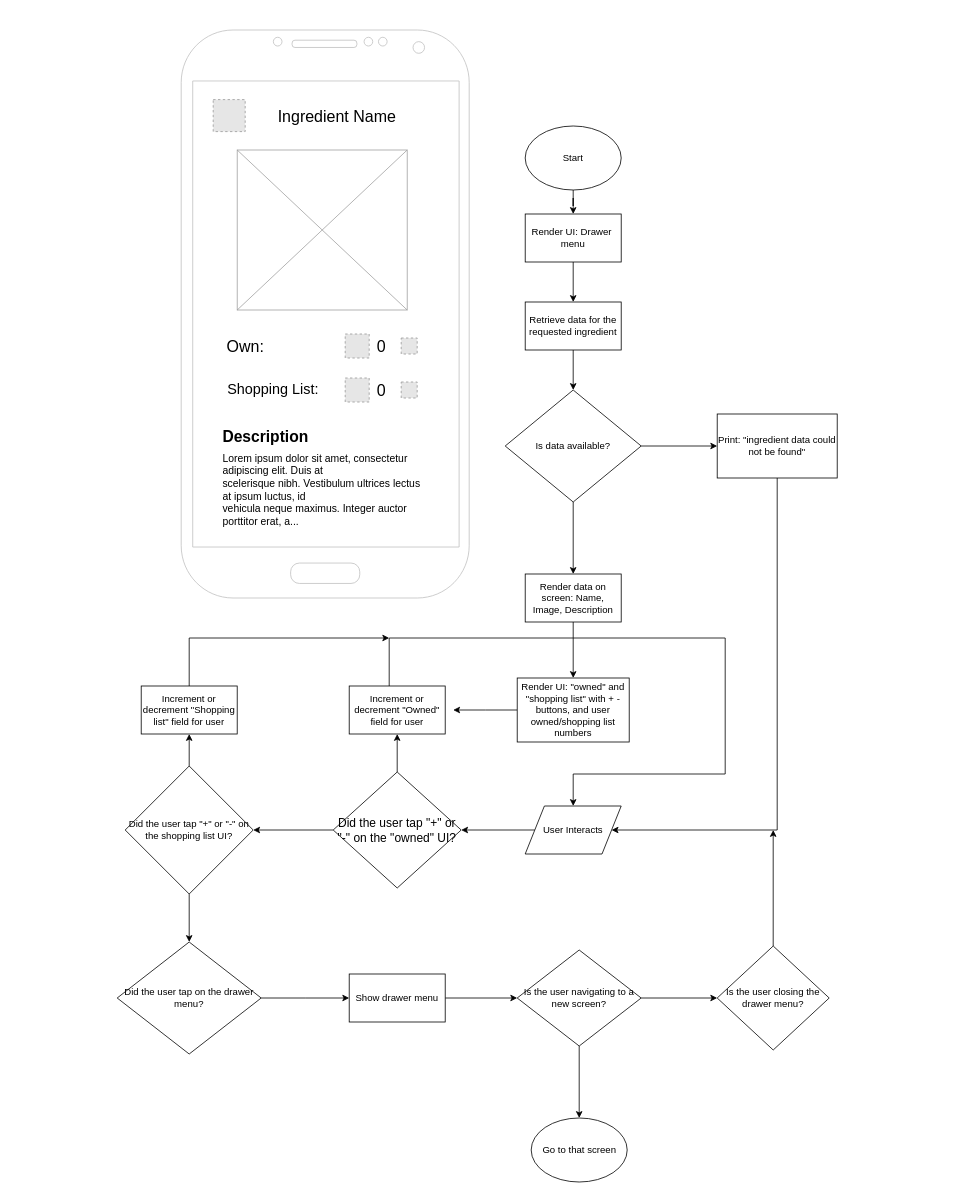
Before: Flowcharts and Diagrams/Single Ingredient Screen.drawio in dpalencia/EasyEats, a draw.io diagram. Source tidied: cells renumbered, new cells numbered last; positions are measured from the earlier drawing's top-left corner, leaving out a move shared by most shapes. Both pictures are drawn from the tidied source at 80%, with x=0, y=0 at pixel (117, 30). Pictures stored in the file or linked from it are replaced by grey dashed boxes.
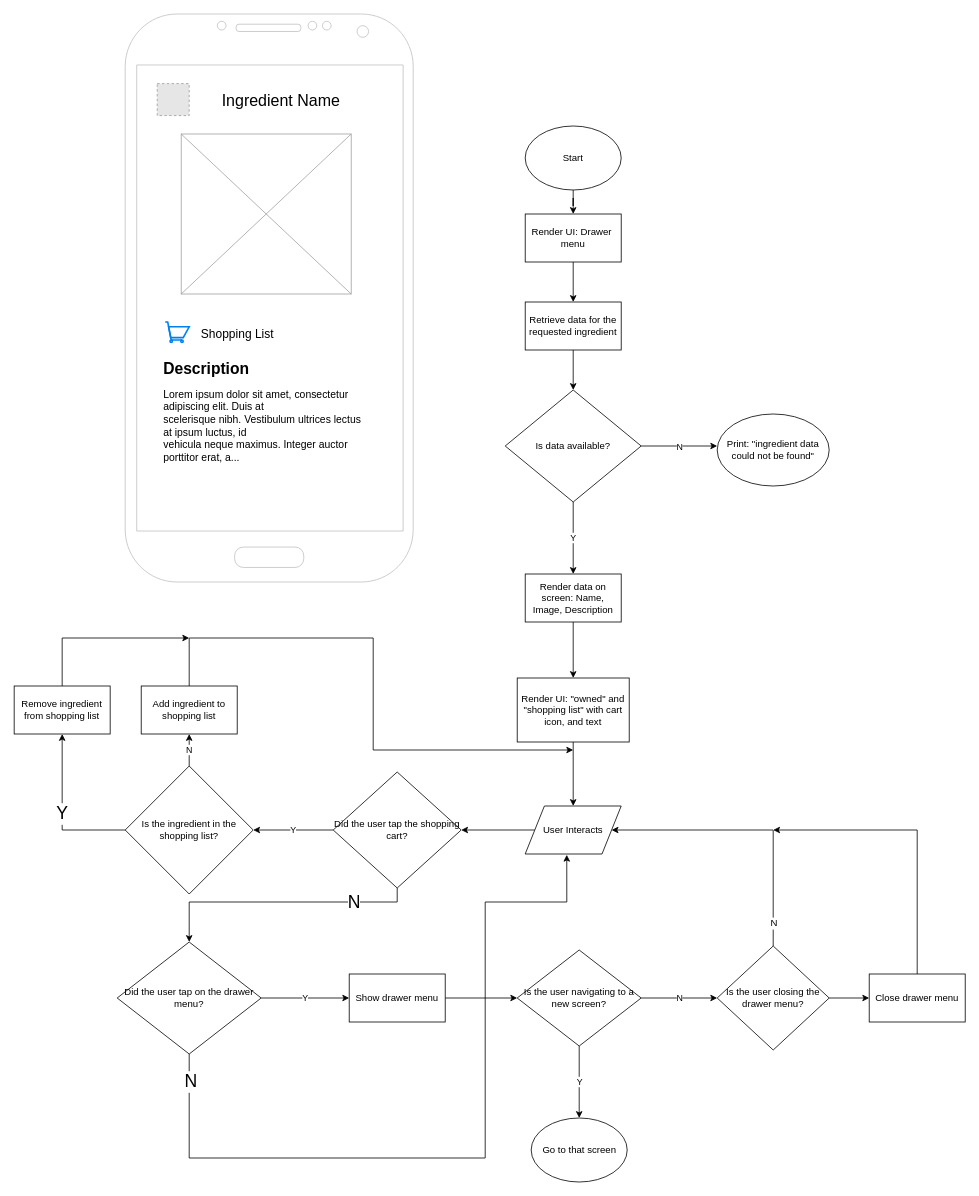
Above is the later version.

Unchanged cells that the change refers to:
```xml
<mxCell id="8" value="Is data available?" style="rhombus;whiteSpace=wrap;html=1;" parent="1" vertex="1">
  <mxGeometry x="485" y="450" width="170" height="140" as="geometry" />
</mxCell>
<mxCell id="12" value="Render data on screen: Name, Image, Description" style="rounded=0;whiteSpace=wrap;html=1;" parent="1" vertex="1">
  <mxGeometry x="510" y="680" width="120" height="60" as="geometry" />
</mxCell>
<mxCell id="14" value="User Interacts" style="shape=parallelogram;perimeter=parallelogramPerimeter;whiteSpace=wrap;html=1;" parent="1" vertex="1">
  <mxGeometry x="510" y="970" width="120" height="60" as="geometry" />
</mxCell>
<mxCell id="26" value="Did the user tap on the drawer menu?" style="rhombus;whiteSpace=wrap;html=1;" parent="1" vertex="1">
  <mxGeometry y="1140" width="180" height="140" as="geometry" />
</mxCell>
<mxCell id="33" value="Is the user navigating to a new screen?" style="rhombus;whiteSpace=wrap;html=1;" parent="1" vertex="1">
  <mxGeometry x="500" y="1150" width="155" height="120" as="geometry" />
</mxCell>
<mxCell id="34" value="Go to that screen" style="ellipse;whiteSpace=wrap;html=1;" parent="1" vertex="1">
  <mxGeometry x="517.5" y="1360" width="120" height="80" as="geometry" />
</mxCell>
<mxCell id="36" value="Is the user closing the drawer menu?" style="rhombus;whiteSpace=wrap;html=1;" parent="1" vertex="1">
  <mxGeometry x="750" y="1145" width="140" height="130" as="geometry" />
</mxCell>
```

What changed in the source:
```diff
@@
-    <mxCell id="6" style="edgeStyle=orthogonalEdgeStyle;rounded=0;jettySize=auto;html=1;" parent="1" edge="1" source="8" target="10">
-      <mxGeometry relative="1" as="geometry" />
+    <mxCell id="6" value="N" style="edgeStyle=orthogonalEdgeStyle;rounded=0;jettySize=auto;html=1;" parent="1" edge="1" source="8">
+      <mxGeometry relative="1" as="geometry">
+        <mxPoint x="750" y="520" as="targetPoint" />
+      </mxGeometry>
     </mxCell>
-    <mxCell id="7" style="edgeStyle=orthogonalEdgeStyle;rounded=0;jettySize=auto;html=1;entryX=0.5;entryY=0;entryDx=0;entryDy=0;" parent="1" edge="1" source="8" target="12">
+    <mxCell id="7" value="Y" style="edgeStyle=orthogonalEdgeStyle;rounded=0;jettySize=auto;html=1;entryX=0.5;entryY=0;entryDx=0;entryDy=0;" parent="1" edge="1" source="8" target="12">
       <mxGeometry relative="1" as="geometry" />
     </mxCell>
@@
-    <mxCell id="9" style="edgeStyle=orthogonalEdgeStyle;rounded=0;jettySize=auto;html=1;" parent="1" edge="1" source="10" target="14">
-      <mxGeometry relative="1" as="geometry">
-        <Array as="points">
-          <mxPoint x="825" y="1000" />
-        </Array>
-      </mxGeometry>
-    </mxCell>
-    <mxCell id="10" value="Print: &quot;ingredient data could not be found&quot;" style="rounded=0;whiteSpace=wrap;html=1;" parent="1" vertex="1">
-      <mxGeometry x="750" y="480" width="150" height="80" as="geometry" />
-    </mxCell>
@@
-    <mxCell id="17" style="edgeStyle=orthogonalEdgeStyle;rounded=0;jettySize=auto;html=1;" parent="1" edge="1" source="18">
-      <mxGeometry relative="1" as="geometry">
-        <mxPoint x="420" y="850" as="targetPoint" />
-      </mxGeometry>
-    </mxCell>
+    <mxCell id="53" style="edgeStyle=orthogonalEdgeStyle;rounded=0;jettySize=auto;html=1;fontSize=22;" parent="1" edge="1" source="18">
+      <mxGeometry relative="1" as="geometry">
+        <mxPoint x="570" y="970" as="targetPoint" />
+      </mxGeometry>
+    </mxCell>
-    <mxCell id="18" value="Render UI: &quot;owned&quot; and &quot;shopping list&quot; with + - buttons, and user owned/shopping list numbers" style="rounded=0;whiteSpace=wrap;html=1;" parent="1" vertex="1">
+    <mxCell id="18" value="Render UI: &quot;owned&quot; and &quot;shopping list&quot; with cart icon, and text" style="rounded=0;whiteSpace=wrap;html=1;" parent="1" vertex="1">
       <mxGeometry x="500" y="810" width="140" height="80" as="geometry" />
     </mxCell>
-    <mxCell id="19" style="edgeStyle=orthogonalEdgeStyle;rounded=0;jettySize=auto;html=1;entryX=1;entryY=0.5;entryDx=0;entryDy=0;" parent="1" edge="1" source="21" target="24">
+    <mxCell id="19" value="Y" style="edgeStyle=orthogonalEdgeStyle;rounded=0;jettySize=auto;html=1;entryX=1;entryY=0.5;entryDx=0;entryDy=0;" parent="1" edge="1" source="21" target="24">
       <mxGeometry relative="1" as="geometry" />
     </mxCell>
-    <mxCell id="20" style="edgeStyle=orthogonalEdgeStyle;rounded=0;jettySize=auto;html=1;entryX=0.5;entryY=1;entryDx=0;entryDy=0;" parent="1" edge="1" source="21" target="28">
-      <mxGeometry relative="1" as="geometry" />
-    </mxCell>
+    <mxCell id="54" style="edgeStyle=orthogonalEdgeStyle;rounded=0;jettySize=auto;html=1;fontSize=22;entryX=0.5;entryY=0;entryDx=0;entryDy=0;" parent="1" edge="1" source="21" target="26">
+      <mxGeometry relative="1" as="geometry">
+        <Array as="points">
+          <mxPoint x="350" y="1090" />
+          <mxPoint x="90" y="1090" />
+        </Array>
+      </mxGeometry>
+    </mxCell>
+    <mxCell id="55" value="N" style="text;html=1;align=center;verticalAlign=middle;labelBackgroundColor=#ffffff;fontSize=22;" parent="54" vertex="1">
+      <mxGeometry x="-0.56" relative="1" as="geometry" />
+    </mxCell>
-    <mxCell id="21" value="&lt;font style=&quot;font-size: 15px&quot;&gt;Did the user tap &quot;+&quot; or &quot;-&quot; on the &quot;owned&quot; UI?&lt;/font&gt;" style="rhombus;whiteSpace=wrap;html=1;rounded=0;shadow=0;comic=0;" parent="1" vertex="1">
+    <mxCell id="21" value="Did the user tap the shopping cart?" style="rhombus;whiteSpace=wrap;html=1;rounded=0;shadow=0;comic=0;" parent="1" vertex="1">
       <mxGeometry x="270" y="927.5" width="160" height="145" as="geometry" />
     </mxCell>
-    <mxCell id="22" style="edgeStyle=orthogonalEdgeStyle;rounded=0;jettySize=auto;html=1;" parent="1" edge="1" source="24" target="26">
-      <mxGeometry relative="1" as="geometry" />
-    </mxCell>
-    <mxCell id="23" style="edgeStyle=orthogonalEdgeStyle;rounded=0;jettySize=auto;html=1;entryX=0.5;entryY=1;entryDx=0;entryDy=0;" parent="1" edge="1" source="24" target="30">
+    <mxCell id="23" value="N" style="edgeStyle=orthogonalEdgeStyle;rounded=0;jettySize=auto;html=1;entryX=0.5;entryY=1;entryDx=0;entryDy=0;" parent="1" edge="1" source="24" target="30">
       <mxGeometry relative="1" as="geometry" />
     </mxCell>
+    <mxCell id="56" value="Y" style="edgeStyle=orthogonalEdgeStyle;rounded=0;jettySize=auto;html=1;entryX=0.5;entryY=1;entryDx=0;entryDy=0;fontSize=22;" parent="1" edge="1" source="24" target="64">
+      <mxGeometry relative="1" as="geometry" />
+    </mxCell>
-    <mxCell id="24" value="Did the user tap &quot;+&quot; or &quot;-&quot; on the shopping list UI?" style="rhombus;whiteSpace=wrap;html=1;" parent="1" vertex="1">
+    <mxCell id="24" value="Is the ingredient in the shopping list?" style="rhombus;whiteSpace=wrap;html=1;" parent="1" vertex="1">
       <mxGeometry x="10" y="920" width="160" height="160" as="geometry" />
     </mxCell>
-    <mxCell id="25" style="edgeStyle=orthogonalEdgeStyle;rounded=0;jettySize=auto;html=1;entryX=0;entryY=0.5;entryDx=0;entryDy=0;" parent="1" edge="1" source="26">
+    <mxCell id="25" value="Y" style="edgeStyle=orthogonalEdgeStyle;rounded=0;jettySize=auto;html=1;entryX=0;entryY=0.5;entryDx=0;entryDy=0;" parent="1" edge="1" source="26">
       <mxGeometry relative="1" as="geometry">
         <mxPoint x="290" y="1210" as="targetPoint" />
       </mxGeometry>
     </mxCell>
+    <mxCell id="57" style="edgeStyle=orthogonalEdgeStyle;rounded=0;jettySize=auto;html=1;fontSize=22;entryX=0.433;entryY=1.017;entryDx=0;entryDy=0;entryPerimeter=0;" parent="1" edge="1" source="26" target="14">
+      <mxGeometry relative="1" as="geometry">
+        <Array as="points">
+          <mxPoint x="90" y="1410" />
+          <mxPoint x="460" y="1410" />
+          <mxPoint x="460" y="1090" />
+          <mxPoint x="562" y="1090" />
+        </Array>
+      </mxGeometry>
+    </mxCell>
+    <mxCell id="58" value="N" style="text;html=1;align=center;verticalAlign=middle;labelBackgroundColor=#ffffff;fontSize=22;" parent="57" vertex="1">
+      <mxGeometry x="-0.93" y="1" relative="1" as="geometry" />
+    </mxCell>
@@
-    <mxCell id="27" style="edgeStyle=orthogonalEdgeStyle;rounded=0;jettySize=auto;html=1;entryX=0.5;entryY=0;entryDx=0;entryDy=0;" parent="1" edge="1" source="28" target="14">
-      <mxGeometry relative="1" as="geometry">
-        <Array as="points">
-          <mxPoint x="340" y="760" />
-          <mxPoint x="760" y="760" />
-          <mxPoint x="760" y="930" />
-          <mxPoint x="570" y="930" />
-        </Array>
-      </mxGeometry>
-    </mxCell>
-    <mxCell id="28" value="Increment or decrement &quot;Owned&quot; field for user" style="rounded=0;whiteSpace=wrap;html=1;" parent="1" vertex="1">
-      <mxGeometry x="290" y="820" width="120" height="60" as="geometry" />
-    </mxCell>
     <mxCell id="29" style="edgeStyle=orthogonalEdgeStyle;rounded=0;jettySize=auto;html=1;" parent="1" edge="1" source="30">
       <mxGeometry relative="1" as="geometry">
-        <mxPoint x="340" y="760" as="targetPoint" />
+        <mxPoint x="570" y="900" as="targetPoint" />
         <Array as="points">
           <mxPoint x="90" y="760" />
+          <mxPoint x="320" y="760" />
+          <mxPoint x="320" y="900" />
         </Array>
       </mxGeometry>
     </mxCell>
-    <mxCell id="30" value="Increment or decrement &quot;Shopping list&quot; field for user" style="rounded=0;whiteSpace=wrap;html=1;" parent="1" vertex="1">
+    <mxCell id="30" value="Add ingredient to shopping list" style="rounded=0;whiteSpace=wrap;html=1;" parent="1" vertex="1">
       <mxGeometry x="30" y="820" width="120" height="60" as="geometry" />
     </mxCell>
-    <mxCell id="31" style="edgeStyle=orthogonalEdgeStyle;rounded=0;jettySize=auto;html=1;entryX=0.5;entryY=0;entryDx=0;entryDy=0;" parent="1" edge="1" source="33" target="34">
+    <mxCell id="31" value="Y" style="edgeStyle=orthogonalEdgeStyle;rounded=0;jettySize=auto;html=1;entryX=0.5;entryY=0;entryDx=0;entryDy=0;" parent="1" edge="1" source="33" target="34">
       <mxGeometry relative="1" as="geometry" />
     </mxCell>
-    <mxCell id="32" style="edgeStyle=orthogonalEdgeStyle;rounded=0;jettySize=auto;html=1;entryX=0;entryY=0.5;entryDx=0;entryDy=0;" parent="1" edge="1" source="33" target="36">
+    <mxCell id="32" value="N" style="edgeStyle=orthogonalEdgeStyle;rounded=0;jettySize=auto;html=1;entryX=0;entryY=0.5;entryDx=0;entryDy=0;" parent="1" edge="1" source="33" target="36">
       <mxGeometry relative="1" as="geometry" />
     </mxCell>
@@
-    <mxCell id="35" style="edgeStyle=orthogonalEdgeStyle;rounded=0;jettySize=auto;html=1;" parent="1" edge="1" source="36">
+    <mxCell id="35" style="edgeStyle=orthogonalEdgeStyle;rounded=0;jettySize=auto;html=1;" parent="1" edge="1" source="36" target="14">
       <mxGeometry relative="1" as="geometry">
-        <mxPoint x="820" y="1000" as="targetPoint" />
         <Array as="points">
-          <mxPoint x="820" y="1060" />
-          <mxPoint x="820" y="1060" />
+          <mxPoint x="820" y="1000" />
         </Array>
       </mxGeometry>
     </mxCell>
+    <mxCell id="59" value="N" style="text;html=1;align=center;verticalAlign=middle;labelBackgroundColor=#ffffff;fontSize=12;" parent="35" vertex="1">
+      <mxGeometry x="-0.83" relative="1" as="geometry" />
+    </mxCell>
+    <mxCell id="60" style="edgeStyle=orthogonalEdgeStyle;rounded=0;jettySize=auto;html=1;entryX=0;entryY=0.5;entryDx=0;entryDy=0;fontSize=12;" parent="1" edge="1" source="36" target="66">
+      <mxGeometry relative="1" as="geometry" />
+    </mxCell>
@@
     <mxCell id="39" style="verticalLabelPosition=bottom;verticalAlign=top;html=1;shadow=0;dashed=0;strokeWidth=1;shape=mxgraph.android.phone2;strokeColor=#c0c0c0;rounded=0;comic=0;gradientColor=none;" parent="1" vertex="1">
-      <mxGeometry x="80" width="360" height="710" as="geometry" />
+      <mxGeometry x="10" y="-20" width="360" height="710" as="geometry" />
     </mxCell>
+    <mxCell id="61" value="&lt;font style=&quot;font-size: 15px&quot;&gt;Shopping List&lt;/font&gt;" style="text;html=1;align=center;verticalAlign=middle;fontSize=22;" parent="39" vertex="1">
+      <mxGeometry x="90" y="382.8" width="100" height="30" as="geometry" />
+    </mxCell>
     <mxCell id="40" style="fillColor=#E6E6E6;strokeColor=#999999;dashed=1;html=1;verticalAlign=top;verticalLabelPosition=bottom;labelBackgroundColor=#ffffff;" parent="1" vertex="1">
-      <mxGeometry x="120" y="87" width="40" height="40" as="geometry" />
+      <mxGeometry x="50" y="67" width="40" height="40" as="geometry" />
     </mxCell>
     <mxCell id="41" value="Ingredient Name" style="text;html=1;strokeColor=none;fillColor=none;align=center;verticalAlign=middle;whiteSpace=wrap;rounded=0;shadow=0;comic=0;fontSize=20;" parent="1" vertex="1">
-      <mxGeometry x="180" y="82" width="190" height="50" as="geometry" />
+      <mxGeometry x="110" y="62" width="190" height="50" as="geometry" />
     </mxCell>
     <mxCell id="42" style="verticalLabelPosition=bottom;shadow=0;dashed=0;align=center;html=1;verticalAlign=top;strokeWidth=1;shape=mxgraph.mockup.graphics.simpleIcon;strokeColor=#999999;rounded=0;comic=0;gradientColor=none;fontSize=20;strokeOpacity=92;" parent="1" vertex="1">
-      <mxGeometry x="150" y="150" width="212.5" height="200" as="geometry" />
+      <mxGeometry x="80" y="130" width="212.5" height="200" as="geometry" />
     </mxCell>
-    <mxCell id="43" style="fillColor=#E6E6E6;strokeColor=#999999;dashed=1;html=1;verticalAlign=top;verticalLabelPosition=bottom;labelBackgroundColor=#ffffff;fontSize=20;" parent="1" vertex="1">
-      <mxGeometry x="355" y="385" width="20" height="20" as="geometry" />
-    </mxCell>
-    <mxCell id="44" style="fillColor=#E6E6E6;strokeColor=#999999;dashed=1;html=1;verticalAlign=top;verticalLabelPosition=bottom;labelBackgroundColor=#ffffff;fontSize=20;" parent="1" vertex="1">
-      <mxGeometry x="285" y="380" width="30" height="30" as="geometry" />
-    </mxCell>
-    <mxCell id="45" value="Own:" style="text;html=1;align=center;verticalAlign=middle;fontSize=20;" parent="1" vertex="1">
-      <mxGeometry x="130" y="380" width="60" height="30" as="geometry" />
-    </mxCell>
-    <mxCell id="46" value="0" style="text;html=1;align=center;verticalAlign=middle;fontSize=20;" parent="1" vertex="1">
-      <mxGeometry x="315" y="380" width="30" height="30" as="geometry" />
-    </mxCell>
-    <mxCell id="47" value="&lt;div style=&quot;font-size: 18px&quot;&gt;&lt;font style=&quot;font-size: 18px&quot;&gt;Shopping List:&lt;/font&gt;&lt;/div&gt;" style="text;html=1;strokeColor=none;fillColor=none;align=center;verticalAlign=middle;whiteSpace=wrap;rounded=0;shadow=0;comic=0;fontSize=13;" parent="1" vertex="1">
-      <mxGeometry x="125" y="425" width="140" height="50" as="geometry" />
-    </mxCell>
-    <mxCell id="48" style="fillColor=#E6E6E6;strokeColor=#999999;dashed=1;html=1;verticalAlign=top;verticalLabelPosition=bottom;labelBackgroundColor=#ffffff;fontSize=20;" parent="1" vertex="1">
-      <mxGeometry x="355" y="440" width="20" height="20" as="geometry" />
-    </mxCell>
-    <mxCell id="49" style="fillColor=#E6E6E6;strokeColor=#999999;dashed=1;html=1;verticalAlign=top;verticalLabelPosition=bottom;labelBackgroundColor=#ffffff;fontSize=20;" parent="1" vertex="1">
-      <mxGeometry x="285" y="435" width="30" height="30" as="geometry" />
-    </mxCell>
-    <mxCell id="50" value="0" style="text;html=1;align=center;verticalAlign=middle;fontSize=20;" parent="1" vertex="1">
-      <mxGeometry x="315" y="435" width="30" height="30" as="geometry" />
-    </mxCell>
     <mxCell id="51" value="&lt;h2&gt;Description&lt;/h2&gt;" style="text;html=1;strokeColor=none;fillColor=none;align=left;verticalAlign=middle;whiteSpace=wrap;rounded=0;shadow=0;comic=0;fontSize=13;" parent="1" vertex="1">
-      <mxGeometry x="130" y="480" width="150" height="55" as="geometry" />
+      <mxGeometry x="56.2" y="395" width="150" height="55" as="geometry" />
     </mxCell>
     <mxCell id="52" value="Lorem ipsum dolor sit amet, consectetur adipiscing elit. Duis at &lt;br&gt;scelerisque nibh. Vestibulum ultrices lectus at ipsum luctus, id &lt;br&gt;vehicula neque maximus. Integer auctor porttitor erat, a..." style="text;html=1;strokeColor=none;fillColor=none;align=left;verticalAlign=middle;whiteSpace=wrap;rounded=0;shadow=0;comic=0;fontSize=13;" parent="1" vertex="1">
-      <mxGeometry x="130" y="530" width="260" height="90" as="geometry" />
+      <mxGeometry x="56.2" y="450" width="260" height="90" as="geometry" />
     </mxCell>
+    <mxCell id="62" style="html=1;verticalLabelPosition=bottom;align=center;labelBackgroundColor=#ffffff;verticalAlign=top;strokeWidth=2;strokeColor=#0080F0;shadow=0;dashed=0;shape=mxgraph.ios7.icons.shopping_cart;fontSize=27;" parent="1" vertex="1">
+      <mxGeometry x="60" y="365" width="30" height="25.5" as="geometry" />
+    </mxCell>
+    <mxCell id="63" style="edgeStyle=orthogonalEdgeStyle;rounded=0;jettySize=auto;html=1;fontSize=22;" parent="1" edge="1" source="64">
+      <mxGeometry relative="1" as="geometry">
+        <mxPoint x="90" y="760" as="targetPoint" />
+        <Array as="points">
+          <mxPoint x="-69" y="760" />
+        </Array>
+      </mxGeometry>
+    </mxCell>
+    <mxCell id="64" value="Remove ingredient from shopping list" style="rounded=0;whiteSpace=wrap;html=1;" parent="1" vertex="1">
+      <mxGeometry x="-128.8" y="820" width="120" height="60" as="geometry" />
+    </mxCell>
+    <mxCell id="10" value="Print: &quot;ingredient data could not be found&quot;" style="ellipse;whiteSpace=wrap;html=1;fontSize=12;" parent="1" vertex="1">
+      <mxGeometry x="750" y="480" width="140" height="90" as="geometry" />
+    </mxCell>
+    <mxCell id="65" style="edgeStyle=orthogonalEdgeStyle;rounded=0;jettySize=auto;html=1;fontSize=12;" parent="1" edge="1" source="66">
+      <mxGeometry relative="1" as="geometry">
+        <mxPoint x="820" y="1000" as="targetPoint" />
+        <Array as="points">
+          <mxPoint x="1000" y="1000" />
+        </Array>
+      </mxGeometry>
+    </mxCell>
+    <mxCell id="66" value="Close drawer menu" style="rounded=0;whiteSpace=wrap;html=1;fontSize=12;" parent="1" vertex="1">
+      <mxGeometry x="940" y="1180" width="120" height="60" as="geometry" />
+    </mxCell>
```
